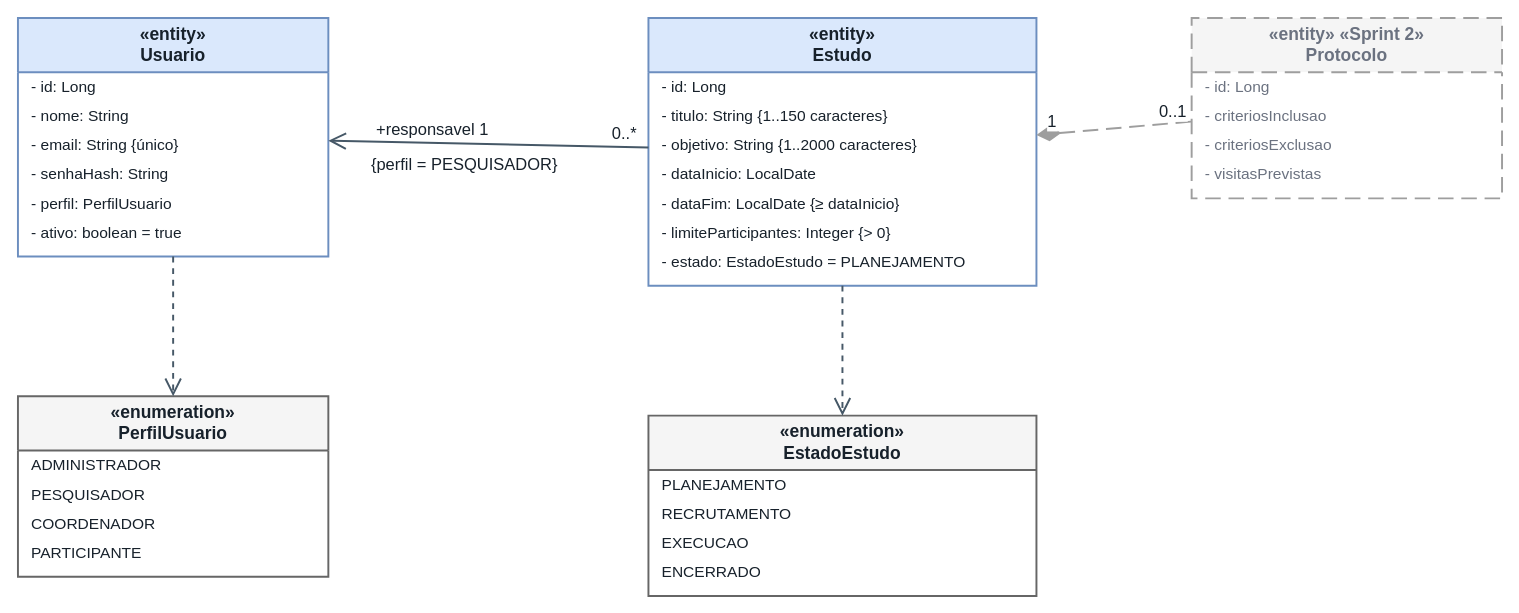
Earlier version of the draw.io diagram docs/diagramas/09_modelo_dominio.drawio (Sinddylnn/ClinicalStudyPB). Source tidied: cells renumbered, new cells numbered last; positions are measured from the earlier drawing's top-left corner, leaving out a move shared by most shapes. Both pictures are drawn from the tidied source at 97%, with x=0, y=0 at pixel (17, 17).
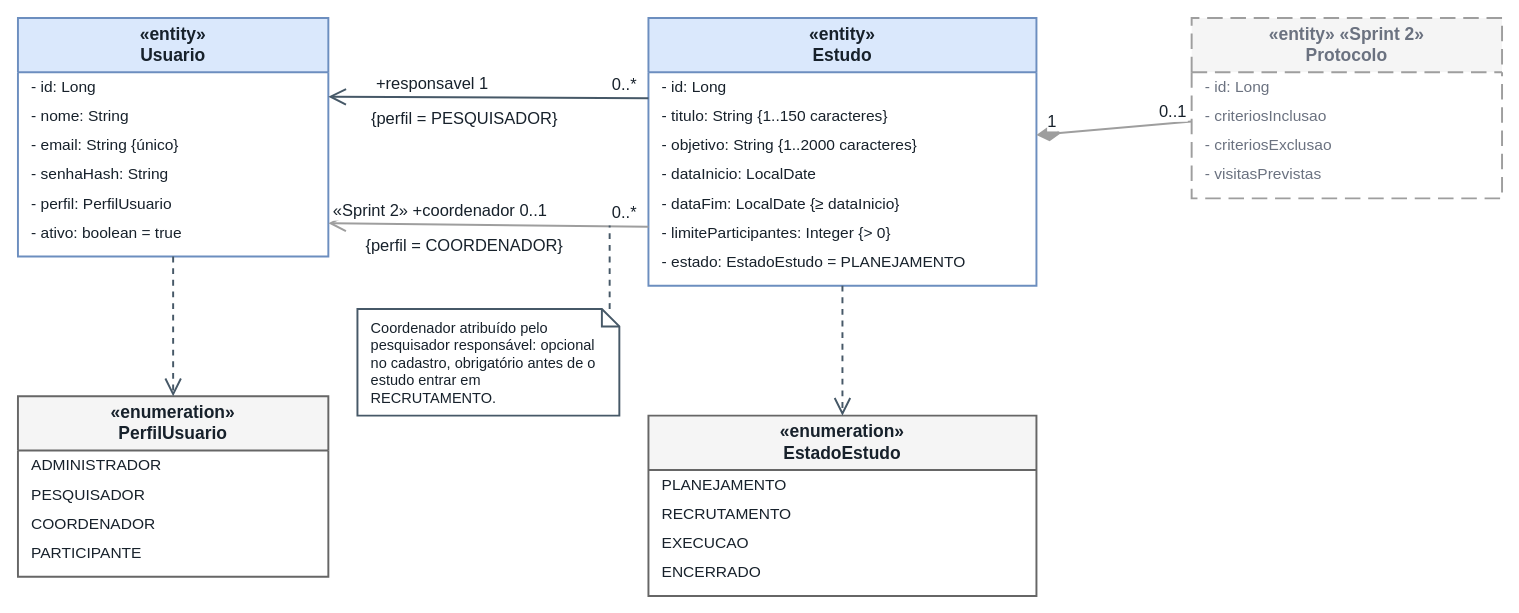
The same page after the edit.

Commit message (it also covers changes not shown here):
docs: ajusta diagramas para o coordenador vinculado ao estudo

The change refers to these unchanged cells:
```xml
<mxCell id="2" value="«entity»&#10;Usuario" style="swimlane;html=0;whiteSpace=wrap;fontStyle=1;align=center;verticalAlign=top;horizontal=1;startSize=56;fillColor=#dae8fc;strokeColor=#6c8ebf;strokeWidth=2;swimlaneFillColor=#FFFFFF;fontFamily=Arial;fontSize=18;fontColor=#17212B;" parent="1" vertex="1">
  <mxGeometry width="320" height="246" as="geometry" />
</mxCell>
<mxCell id="10" value="«entity»&#10;Estudo" style="swimlane;html=0;whiteSpace=wrap;fontStyle=1;align=center;verticalAlign=top;horizontal=1;startSize=56;fillColor=#dae8fc;strokeColor=#6c8ebf;strokeWidth=2;swimlaneFillColor=#FFFFFF;fontFamily=Arial;fontSize=18;fontColor=#17212B;" parent="1" vertex="1">
  <mxGeometry x="650" width="400" height="276" as="geometry" />
</mxCell>
<mxCell id="19" value="«enumeration»&#10;PerfilUsuario" style="swimlane;html=0;whiteSpace=wrap;fontStyle=1;align=center;verticalAlign=top;horizontal=1;startSize=56;fillColor=#F5F5F5;strokeColor=#666666;strokeWidth=2;swimlaneFillColor=#FFFFFF;fontFamily=Arial;fontSize=18;fontColor=#17212B;" parent="1" vertex="1">
  <mxGeometry y="390" width="320" height="186" as="geometry" />
</mxCell>
<mxCell id="25" value="«enumeration»&#10;EstadoEstudo" style="swimlane;html=0;whiteSpace=wrap;fontStyle=1;align=center;verticalAlign=top;horizontal=1;startSize=56;fillColor=#F5F5F5;strokeColor=#666666;strokeWidth=2;swimlaneFillColor=#FFFFFF;fontFamily=Arial;fontSize=18;fontColor=#17212B;" parent="1" vertex="1">
  <mxGeometry x="650" y="410" width="400" height="186" as="geometry" />
</mxCell>
<mxCell id="31" value="«entity» «Sprint 2»&#10;Protocolo" style="swimlane;html=0;whiteSpace=wrap;fontStyle=1;align=center;verticalAlign=top;horizontal=1;startSize=56;fillColor=#F5F5F5;strokeColor=#9E9E9E;strokeWidth=2;swimlaneFillColor=#FFFFFF;fontFamily=Arial;fontSize=18;fontColor=#6B7280;dashed=1;dashPattern=8 4;" parent="1" vertex="1">
  <mxGeometry x="1210" width="320" height="186" as="geometry" />
</mxCell>
```

The edit, as a diff of the source:
```diff
@@
-    <mxCell id="37" style="endArrow=open;endFill=0;endSize=14;html=0;rounded=0;strokeColor=#465867;strokeWidth=2;" parent="1" edge="1" source="10" target="2">
+    <mxCell id="37" style="endArrow=open;endFill=0;endSize=14;html=0;rounded=0;strokeColor=#465867;strokeWidth=2;exitX=0;exitY=0.3;exitDx=0;exitDy=0;entryX=1;entryY=0.33;entryDx=0;entryDy=0;" parent="1" edge="1" source="10" target="2">
       <mxGeometry relative="1" as="geometry" />
     </mxCell>
@@
-    <mxCell id="41" style="endArrow=none;startArrow=diamondThin;startFill=1;startSize=20;html=0;rounded=0;strokeColor=#9E9E9E;strokeWidth=2;dashed=1;dashPattern=8 4;" parent="1" edge="1" source="10" target="31">
+    <mxCell id="41" style="endArrow=open;endFill=0;endSize=14;html=0;rounded=0;strokeColor=#9E9E9E;strokeWidth=2;exitX=0;exitY=0.78;exitDx=0;exitDy=0;entryX=1;entryY=0.86;entryDx=0;entryDy=0;" parent="1" edge="1" source="10" target="2">
       <mxGeometry relative="1" as="geometry" />
     </mxCell>
-    <mxCell id="42" value="1" style="edgeLabel;html=0;align=center;verticalAlign=middle;fontFamily=Arial;fontSize=17;fontColor=#17212B;labelBackgroundColor=#FFFFFF;" parent="41" vertex="1">
-      <mxGeometry x="-0.8" relative="1" as="geometry">
-        <mxPoint y="-14" as="offset" />
+    <mxCell id="42" value="0..*" style="edgeLabel;html=0;align=center;verticalAlign=middle;fontFamily=Arial;fontSize=17;fontColor=#17212B;labelBackgroundColor=#FFFFFF;" parent="41" vertex="1">
+      <mxGeometry x="-0.85" relative="1" as="geometry">
+        <mxPoint y="-16" as="offset" />
       </mxGeometry>
     </mxCell>
-    <mxCell id="43" value="0..1" style="edgeLabel;html=0;align=center;verticalAlign=middle;fontFamily=Arial;fontSize=17;fontColor=#17212B;labelBackgroundColor=#FFFFFF;" parent="41" vertex="1">
-      <mxGeometry x="0.75" relative="1" as="geometry">
-        <mxPoint y="-14" as="offset" />
+    <mxCell id="43" value="«Sprint 2» +coordenador 0..1" style="edgeLabel;html=0;align=center;verticalAlign=middle;fontFamily=Arial;fontSize=17;fontColor=#17212B;labelBackgroundColor=#FFFFFF;" parent="41" vertex="1">
+      <mxGeometry x="0.3" relative="1" as="geometry">
+        <mxPoint y="-16" as="offset" />
       </mxGeometry>
     </mxCell>
-    <mxCell id="44" style="endArrow=open;endFill=0;endSize=14;dashed=1;html=0;rounded=0;strokeColor=#465867;strokeWidth=2;" parent="1" edge="1" source="2" target="19">
-      <mxGeometry relative="1" as="geometry" />
+    <mxCell id="44" value="{perfil = COORDENADOR}" style="edgeLabel;html=0;align=center;verticalAlign=middle;fontFamily=Arial;fontSize=17;fontColor=#17212B;labelBackgroundColor=#FFFFFF;" parent="41" vertex="1">
+      <mxGeometry x="0.15" relative="1" as="geometry">
+        <mxPoint y="20" as="offset" />
+      </mxGeometry>
     </mxCell>
-    <mxCell id="45" style="endArrow=open;endFill=0;endSize=14;dashed=1;html=0;rounded=0;strokeColor=#465867;strokeWidth=2;" parent="1" edge="1" source="10" target="25">
-      <mxGeometry relative="1" as="geometry" />
+    <mxCell id="45" value="Coordenador atribuído pelo pesquisador responsável: opcional no cadastro, obrigatório antes de o estudo entrar em RECRUTAMENTO." style="shape=note;whiteSpace=wrap;html=0;backgroundOutline=1;size=18;fillColor=#FFFFFF;strokeColor=#465867;strokeWidth=2;fontFamily=Arial;fontSize=15;fontColor=#17212B;align=left;verticalAlign=middle;spacingLeft=12;spacingRight=12;" parent="1" vertex="1">
+      <mxGeometry x="350" y="300" width="270" height="110" as="geometry" />
     </mxCell>
+    <mxCell id="46" style="endArrow=none;dashed=1;html=0;rounded=0;strokeColor=#465867;strokeWidth=2;exitX=0.963;exitY=0;exitDx=0;exitDy=0;" parent="1" edge="1" source="45">
+      <mxGeometry relative="1" as="geometry">
+        <mxPoint x="610" y="214" as="targetPoint" />
+      </mxGeometry>
+    </mxCell>
+    <mxCell id="47" style="endArrow=none;startArrow=diamondThin;startFill=1;startSize=20;html=0;rounded=0;strokeColor=#9E9E9E;strokeWidth=2;" parent="1" edge="1" source="10" target="31">
+      <mxGeometry relative="1" as="geometry" />
+    </mxCell>
+    <mxCell id="48" value="1" style="edgeLabel;html=0;align=center;verticalAlign=middle;fontFamily=Arial;fontSize=17;fontColor=#17212B;labelBackgroundColor=#FFFFFF;" parent="47" vertex="1">
+      <mxGeometry x="-0.8" relative="1" as="geometry">
+        <mxPoint y="-14" as="offset" />
+      </mxGeometry>
+    </mxCell>
+    <mxCell id="49" value="0..1" style="edgeLabel;html=0;align=center;verticalAlign=middle;fontFamily=Arial;fontSize=17;fontColor=#17212B;labelBackgroundColor=#FFFFFF;" parent="47" vertex="1">
+      <mxGeometry x="0.75" relative="1" as="geometry">
+        <mxPoint y="-14" as="offset" />
+      </mxGeometry>
+    </mxCell>
+    <mxCell id="50" style="endArrow=open;endFill=0;endSize=14;dashed=1;html=0;rounded=0;strokeColor=#465867;strokeWidth=2;" parent="1" edge="1" source="2" target="19">
+      <mxGeometry relative="1" as="geometry" />
+    </mxCell>
+    <mxCell id="51" style="endArrow=open;endFill=0;endSize=14;dashed=1;html=0;rounded=0;strokeColor=#465867;strokeWidth=2;" parent="1" edge="1" source="10" target="25">
+      <mxGeometry relative="1" as="geometry" />
+    </mxCell>
```
